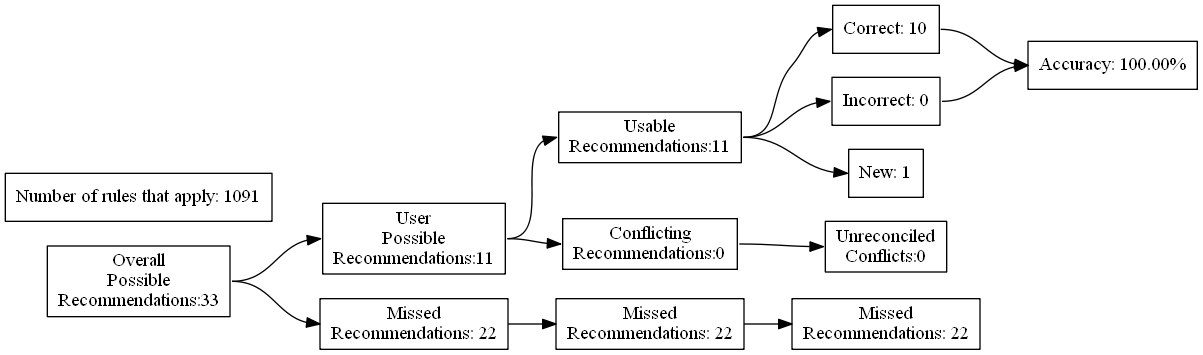
This is test_renders/8.gv.png from ZaxR/ibd_diet_analysis, a Graphviz export, as it was before one commit. Its source is kept beside it as test_renders/8.gv.
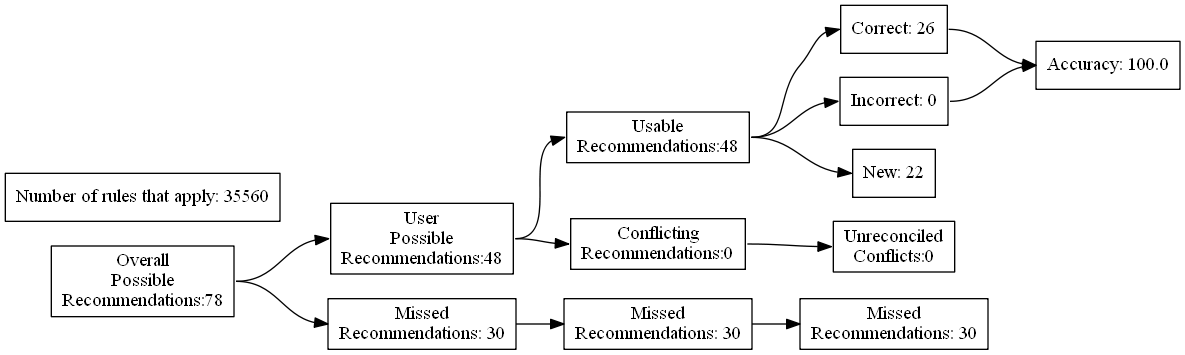
After the commit.

Change to the diagram source:
```diff
@@ -4,27 +4,27 @@
 	edge [headport=w tailport=e]
 		A [label="Overall
 Possible
-Recommendations:33"]
+Recommendations:78"]
 		B [label="User
 Possible
-Recommendations:11"]
+Recommendations:48"]
 		C [label="Missed
-Recommendations: 22"]
+Recommendations: 30"]
 		D [label="Usable
-Recommendations:11"]
+Recommendations:48"]
 		E [label="Conflicting
 Recommendations:0"]
 		J [label="Missed
-Recommendations: 22"]
+Recommendations: 30"]
 		M [label="Unreconciled
 Conflicts:0"]
-		F [label="Correct: 10"]
+		F [label="Correct: 26"]
 		G [label="Incorrect: 0"]
-		H [label="New: 1"]
+		H [label="New: 22"]
 		K [label="Missed
-Recommendations: 22"]
-		I [label="Accuracy: 100.00%"]
-		l [label="Number of rules that apply: 1091"]
+Recommendations: 30"]
+		I [label="Accuracy: 100.0"]
+		l [label="Number of rules that apply: 35560"]
 			A -> B
 			A -> C
 			B -> D
```
